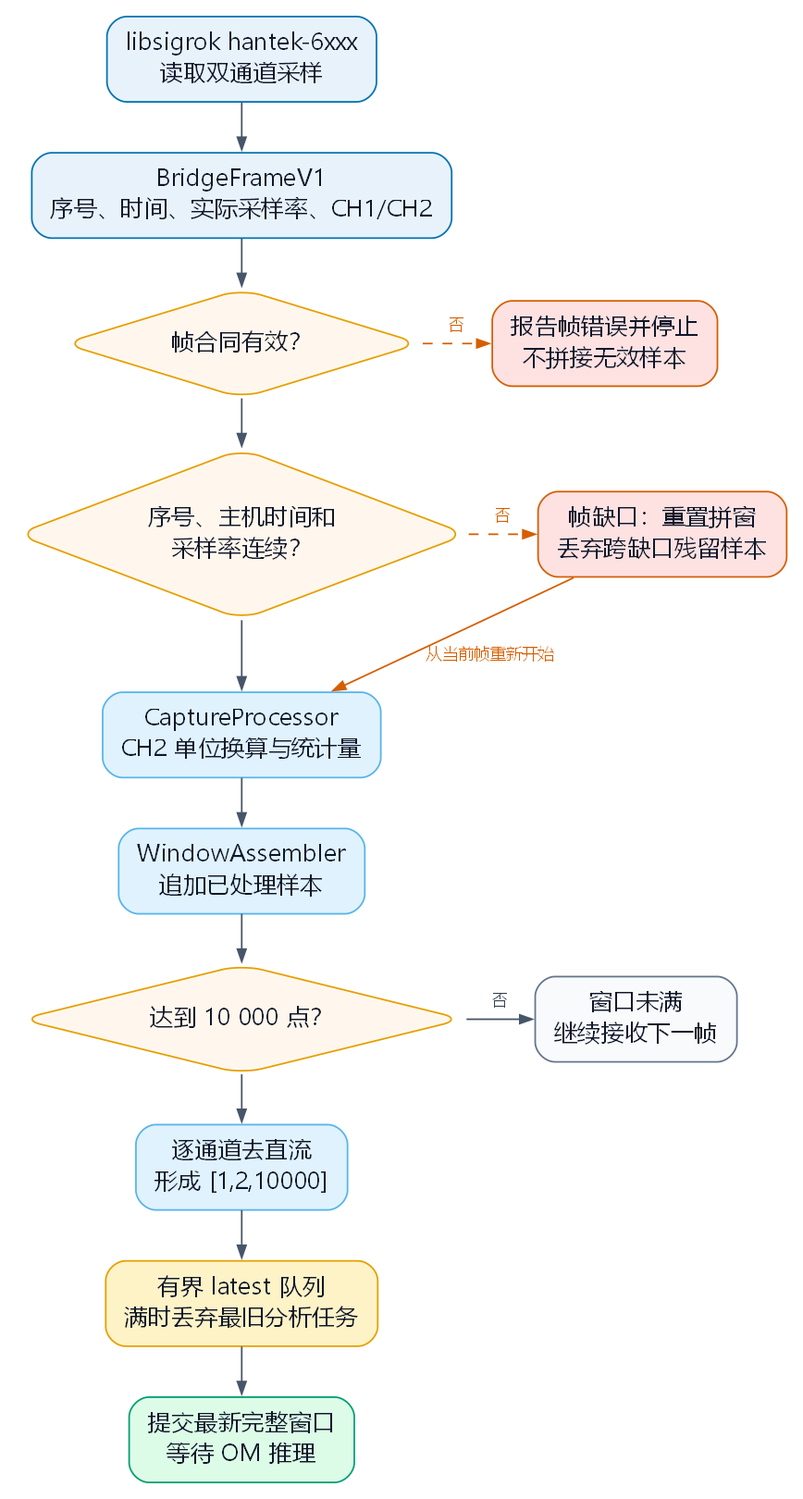
This is src/experiment/img5/case5-hantek-acquisition-flow.png from zhouxzh/Ascend310, a Graphviz export, as it was before one commit. Its source is kept beside it as src/experiment/img5/case5-hantek-acquisition-flow.dot. The source it was exported from:
```dot
digraph Case5HantekAcquisitionFlow {
  graph [
    rankdir=TB,
    bgcolor="white",
    size="7.4,9.0!",
    pad="0.14",
    nodesep="0.30",
    ranksep="0.42",
    splines=polyline,
    fontname="Microsoft YaHei",
    dpi=180
  ];

  node [
    shape=box,
    style="rounded,filled",
    fontname="Microsoft YaHei",
    fontsize=14,
    color="#475569",
    fontcolor="#0F172A",
    fillcolor="#F8FAFC",
    margin="0.16,0.10"
  ];
  edge [
    fontname="Microsoft YaHei",
    fontsize=10,
    color="#475569",
    fontcolor="#334155",
    arrowsize=0.75
  ];

  capture [label="libsigrok hantek-6xxx\n读取双通道采样", fillcolor="#E8F2FB", color="#0072B2"];
  frame [label="BridgeFrameV1\n序号、时间、实际采样率、CH1/CH2", fillcolor="#E8F2FB", color="#0072B2"];
  contract [shape=diamond, label="帧合同有效？", fillcolor="#FFF7ED", color="#E69F00"];
  sequence [shape=diamond, label="序号、主机时间和\n采样率连续？", fillcolor="#FFF7ED", color="#E69F00"];
  process [label="CaptureProcessor\nCH2 单位换算与统计量", fillcolor="#E0F2FE", color="#56B4E9"];
  assemble [label="WindowAssembler\n追加已处理样本", fillcolor="#E0F2FE", color="#56B4E9"];
  complete [shape=diamond, label="达到 10 000 点？", fillcolor="#FFF7ED", color="#E69F00"];
  tensor [label="逐通道去直流\n形成 [1,2,10000]", fillcolor="#E0F2FE", color="#56B4E9"];
  queue [label="有界 latest 队列\n满时丢弃最旧分析任务", fillcolor="#FEF3C7", color="#E69F00"];
  submit [label="提交最新完整窗口\n等待 OM 推理", fillcolor="#DCFCE7", color="#009E73"];

  reject [label="报告帧错误并停止\n不拼接无效样本", fillcolor="#FEE2E2", color="#D55E00"];
  reset [label="帧缺口：重置拼窗\n丢弃跨缺口残留样本", fillcolor="#FEE2E2", color="#D55E00"];
  wait [label="窗口未满\n继续接收下一帧", fillcolor="#F8FAFC", color="#64748B"];

  { rank=same; contract; reject; }
  { rank=same; sequence; reset; }
  { rank=same; complete; wait; }

  capture -> frame -> contract -> sequence -> process -> assemble -> complete -> tensor -> queue -> submit;
  contract -> reject [label="否", color="#D55E00", fontcolor="#D55E00", style=dashed, constraint=false];
  sequence -> reset [label="否", color="#D55E00", fontcolor="#D55E00", style=dashed, constraint=false];
  reset -> process [label="从当前帧重新开始", color="#D55E00", fontcolor="#D55E00", constraint=false];
  complete -> wait [label="否", constraint=false];
}
```
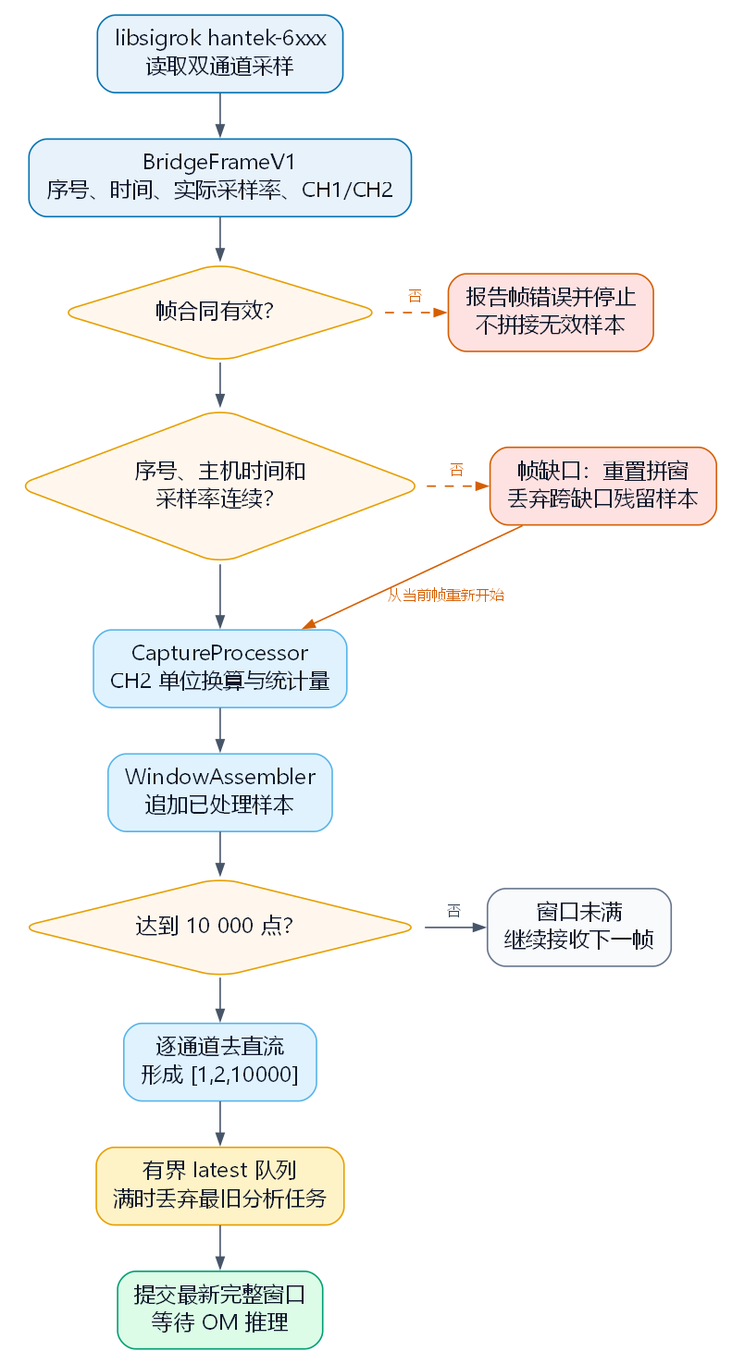
Later version of the same file.

Change to the diagram source:
```diff
@@ -2,7 +2,7 @@
   graph [
     rankdir=TB,
     bgcolor="white",
-    size="7.4,9.0!",
+    size="7.2,8.2!",
     pad="0.14",
     nodesep="0.30",
     ranksep="0.42",
```
